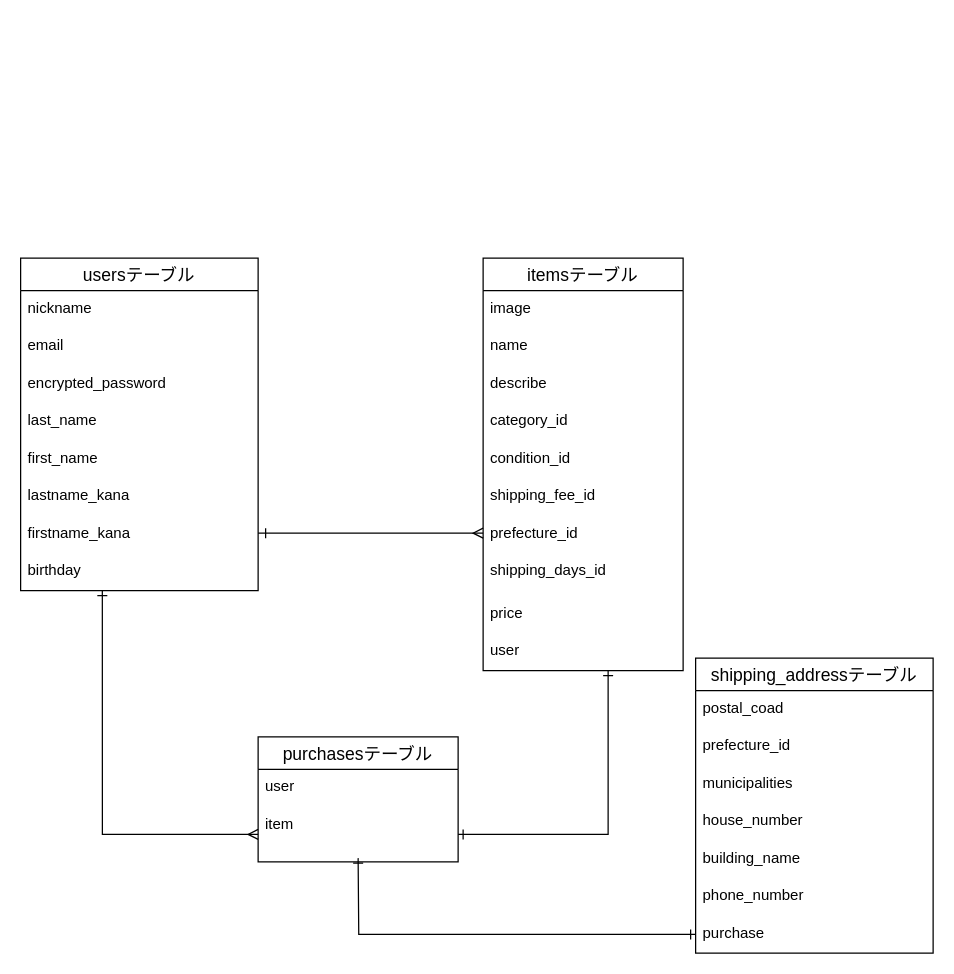
The draw.io diagram furima.dio in koba1011/furima-30318, before the edit. Source tidied: cells renumbered, new cells numbered last; positions are measured from the earlier drawing's top-left corner, leaving out a move shared by most shapes. Both pictures are drawn from the tidied source at 125%, with x=0, y=0 at pixel (20, 258).
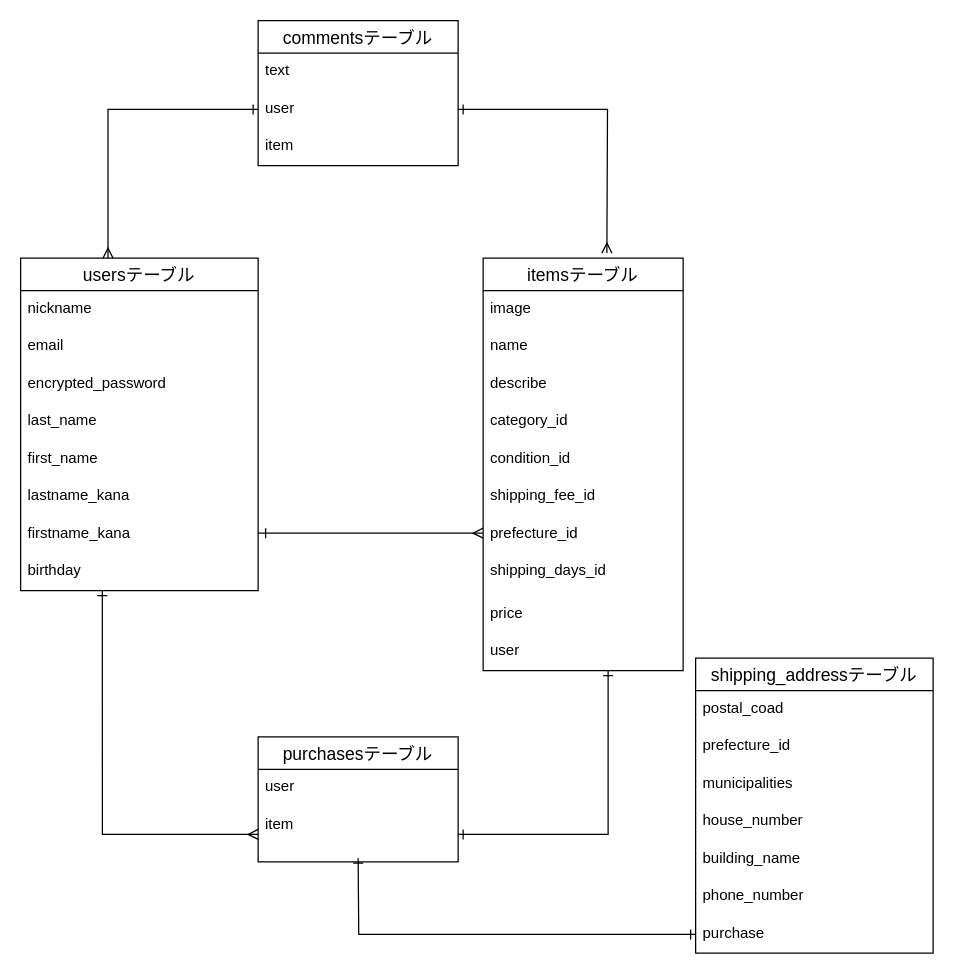
The same page after the edit.

Unchanged cells that the change refers to:
```xml
<mxCell id="2" value="usersテーブル" style="swimlane;fontStyle=0;horizontal=1;startSize=26;align=center;fontSize=14;" parent="1" vertex="1">
  <mxGeometry width="190" height="266" as="geometry" />
</mxCell>
```

What changed in the source:
```diff
@@
+    <mxCell id="37" value="commentsテーブル" style="swimlane;fontStyle=0;horizontal=1;startSize=26;align=center;fontSize=14;" parent="1" vertex="1">
+      <mxGeometry x="190" y="-190" width="160" height="116" as="geometry" />
+    </mxCell>
+    <mxCell id="38" value="text" style="text;strokeColor=none;fillColor=none;spacingLeft=4;spacingRight=4;overflow=hidden;fontSize=12;" parent="37" vertex="1">
+      <mxGeometry y="26" width="160" height="30" as="geometry" />
+    </mxCell>
+    <mxCell id="39" value="user" style="text;strokeColor=none;fillColor=none;spacingLeft=4;spacingRight=4;overflow=hidden;points=[[0,0.5],[1,0.5]];portConstraint=eastwest;fontSize=12;" parent="37" vertex="1">
+      <mxGeometry y="56" width="160" height="30" as="geometry" />
+    </mxCell>
+    <mxCell id="40" value="item" style="text;strokeColor=none;fillColor=none;spacingLeft=4;spacingRight=4;overflow=hidden;fontSize=12;" parent="37" vertex="1">
+      <mxGeometry y="86" width="160" height="30" as="geometry" />
+    </mxCell>
+    <mxCell id="41" style="edgeStyle=orthogonalEdgeStyle;rounded=0;jettySize=auto;html=1;exitX=1;exitY=0.5;exitDx=0;exitDy=0;endArrow=ERmany;endFill=0;startArrow=ERone;startFill=0;" parent="1" edge="1" source="39">
+      <mxGeometry relative="1" as="geometry">
+        <mxPoint x="469" y="-4" as="targetPoint" />
+      </mxGeometry>
+    </mxCell>
+    <mxCell id="42" style="edgeStyle=orthogonalEdgeStyle;rounded=0;jettySize=auto;html=1;exitX=0;exitY=0.5;exitDx=0;exitDy=0;startArrow=ERone;startFill=0;endArrow=ERmany;endFill=0;entryX=0.368;entryY=0;entryDx=0;entryDy=0;entryPerimeter=0;" parent="1" edge="1" source="39" target="2">
+      <mxGeometry relative="1" as="geometry" />
+    </mxCell>
```
